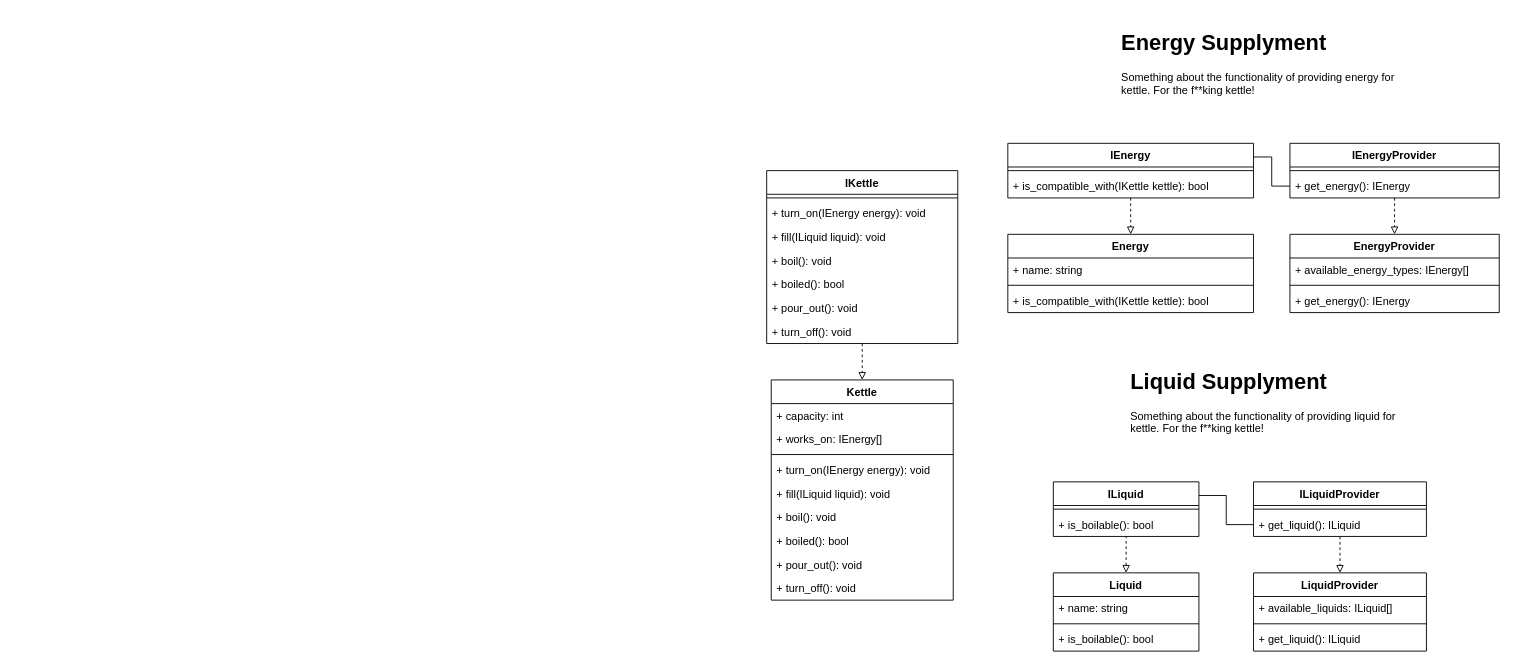
Earlier version of the draw.io diagram Kettle.drawio (xmichael446/Diagrams). Source tidied: cells renumbered, new cells numbered last; positions are measured from the earlier drawing's top-left corner, leaving out a move shared by most shapes. Both pictures are drawn from the tidied source at 91%, with x=0, y=0 at pixel (766, 25).
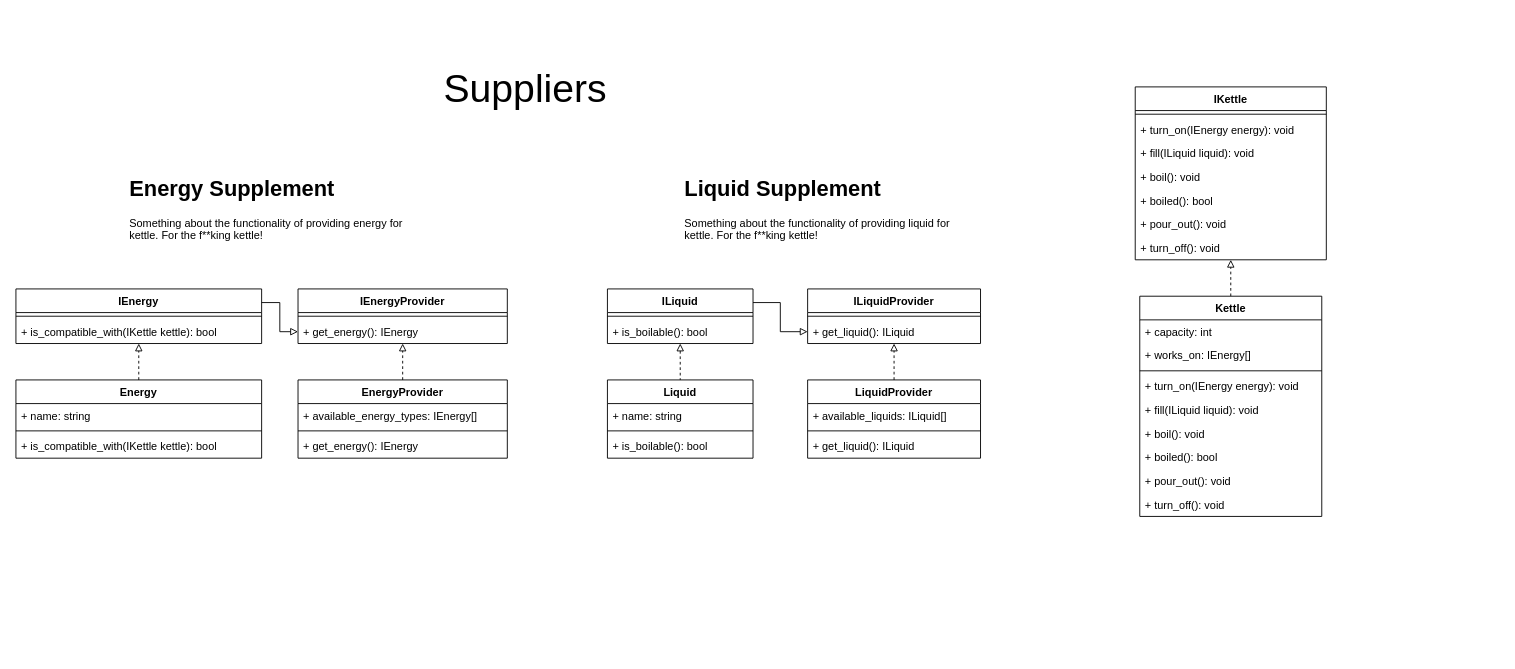
Above is the later version.

The change refers to these unchanged cells:
```xml
<mxCell id="5" value="IEnergy" style="swimlane;fontStyle=1;align=center;verticalAlign=top;horizontal=1;startSize=26;" parent="2" vertex="1">
  <mxGeometry y="130" width="270" height="60" as="geometry" />
</mxCell>
<mxCell id="9" value="IEnergyProvider" style="swimlane;fontStyle=1;align=center;verticalAlign=top;horizontal=1;startSize=26;" parent="2" vertex="1">
  <mxGeometry x="310" y="130" width="230" height="60" as="geometry" />
</mxCell>
<mxCell id="11" value="+ get_energy(): IEnergy" style="text;strokeColor=none;fillColor=none;align=left;verticalAlign=top;spacingLeft=4;spacingRight=4;overflow=hidden;points=[[0,0.5],[1,0.5]];portConstraint=eastwest;" parent="9" vertex="1">
  <mxGeometry y="34" width="230" height="26" as="geometry" />
</mxCell>
<mxCell id="13" value="Energy" style="swimlane;fontStyle=1;align=center;verticalAlign=top;horizontal=1;startSize=26;" parent="2" vertex="1">
  <mxGeometry y="230" width="270" height="86" as="geometry" />
</mxCell>
<mxCell id="17" value="EnergyProvider" style="swimlane;fontStyle=1;align=center;verticalAlign=top;horizontal=1;startSize=26;" parent="2" vertex="1">
  <mxGeometry x="310" y="230" width="230" height="86" as="geometry" />
</mxCell>
<mxCell id="22" value="ILiquid" style="swimlane;fontStyle=1;align=center;verticalAlign=top;horizontal=1;startSize=26;" parent="21" vertex="1">
  <mxGeometry y="130" width="160" height="60" as="geometry" />
</mxCell>
<mxCell id="27" value="ILiquidProvider" style="swimlane;fontStyle=1;align=center;verticalAlign=top;horizontal=1;startSize=26;" parent="21" vertex="1">
  <mxGeometry x="220" y="130" width="190" height="60" as="geometry" />
</mxCell>
<mxCell id="29" value="+ get_liquid(): ILiquid" style="text;strokeColor=none;fillColor=none;align=left;verticalAlign=top;spacingLeft=4;spacingRight=4;overflow=hidden;points=[[0,0.5],[1,0.5]];portConstraint=eastwest;" parent="27" vertex="1">
  <mxGeometry y="34" width="190" height="26" as="geometry" />
</mxCell>
<mxCell id="31" value="Liquid" style="swimlane;fontStyle=1;align=center;verticalAlign=top;horizontal=1;startSize=26;" parent="21" vertex="1">
  <mxGeometry y="230" width="160" height="86" as="geometry" />
</mxCell>
<mxCell id="35" value="LiquidProvider" style="swimlane;fontStyle=1;align=center;verticalAlign=top;horizontal=1;startSize=26;" parent="21" vertex="1">
  <mxGeometry x="220" y="230" width="190" height="86" as="geometry" />
</mxCell>
```

Change to the diagram source:
```diff
@@
     <mxCell id="2" style="group;" parent="1" vertex="1">
-      <mxGeometry x="265" width="540" height="316" as="geometry" />
+      <mxGeometry x="-825" y="160" width="540" height="316" as="geometry" />
     </mxCell>
-    <mxCell id="3" value="&lt;h1&gt;Energy Supplyment&lt;br&gt;&lt;/h1&gt;&lt;p&gt;Something about the functionality of providing energy for kettle. For the f**king kettle!&lt;br&gt;&lt;/p&gt;" style="text;html=1;strokeColor=none;fillColor=none;spacing=5;spacingTop=-20;whiteSpace=wrap;overflow=hidden;rounded=0;" parent="2" vertex="1">
+    <mxCell id="3" value="&lt;h1&gt;Energy Supplement&lt;br&gt;&lt;/h1&gt;&lt;p&gt;Something about the functionality of providing energy for kettle. For the f**king kettle!&lt;br&gt;&lt;/p&gt;" style="text;html=1;strokeColor=none;fillColor=none;spacing=5;spacingTop=-20;whiteSpace=wrap;overflow=hidden;rounded=0;" parent="2" vertex="1">
       <mxGeometry x="120" width="310" height="90" as="geometry" />
     </mxCell>
-    <mxCell id="4" style="edgeStyle=orthogonalEdgeStyle;rounded=0;jettySize=auto;html=1;dashed=1;startArrow=none;startFill=0;endArrow=block;endFill=0;" parent="2" edge="1" source="5" target="13">
+    <mxCell id="4" style="edgeStyle=orthogonalEdgeStyle;rounded=0;jettySize=auto;html=1;dashed=1;startArrow=none;startFill=0;endArrow=block;endFill=0;" parent="2" edge="1" source="13" target="5">
       <mxGeometry relative="1" as="geometry" />
     </mxCell>
@@
-    <mxCell id="8" style="edgeStyle=orthogonalEdgeStyle;rounded=0;jettySize=auto;html=1;dashed=1;startArrow=none;startFill=0;endArrow=block;endFill=0;" parent="2" edge="1" source="9" target="17">
+    <mxCell id="8" style="edgeStyle=orthogonalEdgeStyle;rounded=0;jettySize=auto;html=1;dashed=1;startArrow=none;startFill=0;endArrow=block;endFill=0;" parent="2" edge="1" source="17" target="9">
       <mxGeometry relative="1" as="geometry" />
     </mxCell>
@@
-    <mxCell id="12" style="edgeStyle=orthogonalEdgeStyle;rounded=0;jettySize=auto;html=1;entryX=1;entryY=0.25;entryDx=0;entryDy=0;startArrow=none;startFill=0;endArrow=none;endFill=0;" parent="2" edge="1" source="11" target="5">
+    <mxCell id="12" style="edgeStyle=orthogonalEdgeStyle;rounded=0;jettySize=auto;html=1;entryX=1;entryY=0.25;entryDx=0;entryDy=0;startArrow=block;startFill=0;endArrow=none;endFill=0;" parent="2" edge="1" source="11" target="5">
       <mxGeometry relative="1" as="geometry" />
     </mxCell>
@@
     <mxCell id="21" style="group;" parent="1" vertex="1">
-      <mxGeometry x="315" y="372" width="410" height="316" as="geometry" />
+      <mxGeometry x="-175" y="160" width="410" height="316" as="geometry" />
     </mxCell>
@@
-    <mxCell id="25" style="edgeStyle=orthogonalEdgeStyle;rounded=0;jettySize=auto;html=1;entryX=1;entryY=0.25;entryDx=0;entryDy=0;startArrow=none;startFill=0;endArrow=none;endFill=0;" parent="21" edge="1" source="29" target="22">
+    <mxCell id="25" style="edgeStyle=orthogonalEdgeStyle;rounded=0;jettySize=auto;html=1;entryX=1;entryY=0.25;entryDx=0;entryDy=0;startArrow=block;startFill=0;endArrow=none;endFill=0;" parent="21" edge="1" source="29" target="22">
       <mxGeometry relative="1" as="geometry" />
     </mxCell>
-    <mxCell id="26" style="edgeStyle=orthogonalEdgeStyle;rounded=0;jettySize=auto;html=1;startArrow=none;startFill=0;endArrow=block;endFill=0;dashed=1;" parent="21" edge="1" source="27" target="35">
+    <mxCell id="26" style="edgeStyle=orthogonalEdgeStyle;rounded=0;jettySize=auto;html=1;startArrow=none;startFill=0;endArrow=block;endFill=0;dashed=1;" parent="21" edge="1" source="35" target="27">
       <mxGeometry relative="1" as="geometry" />
     </mxCell>
@@
-    <mxCell id="30" style="edgeStyle=orthogonalEdgeStyle;rounded=0;jettySize=auto;html=1;startArrow=block;startFill=0;endArrow=none;endFill=0;dashed=1;" parent="21" edge="1" source="31" target="22">
+    <mxCell id="30" style="edgeStyle=orthogonalEdgeStyle;rounded=0;jettySize=auto;html=1;startArrow=block;startFill=0;endArrow=none;endFill=0;dashed=1;" parent="21" edge="1" source="22" target="31">
       <mxGeometry relative="1" as="geometry" />
     </mxCell>
@@
-    <mxCell id="39" value="&lt;h1&gt;Liquid Supplyment&lt;br&gt;&lt;/h1&gt;&lt;p&gt;Something about the functionality of providing liquid for kettle. For the f**king kettle!&lt;br&gt;&lt;/p&gt;" style="text;html=1;strokeColor=none;fillColor=none;spacing=5;spacingTop=-20;whiteSpace=wrap;overflow=hidden;rounded=0;" parent="21" vertex="1">
+    <mxCell id="39" value="&lt;h1&gt;Liquid Supplement&lt;br&gt;&lt;/h1&gt;&lt;p&gt;Something about the functionality of providing liquid for kettle. For the f**king kettle!&lt;br&gt;&lt;/p&gt;" style="text;html=1;strokeColor=none;fillColor=none;spacing=5;spacingTop=-20;whiteSpace=wrap;overflow=hidden;rounded=0;" parent="21" vertex="1">
       <mxGeometry x="80" width="310" height="90" as="geometry" />
     </mxCell>
-    <mxCell id="40" style="edgeStyle=orthogonalEdgeStyle;rounded=0;jettySize=auto;html=1;entryX=0.5;entryY=0;entryDx=0;entryDy=0;dashed=1;startArrow=none;startFill=0;endArrow=block;endFill=0;" parent="1" edge="1" source="41" target="49">
+    <mxCell id="40" style="edgeStyle=orthogonalEdgeStyle;rounded=0;jettySize=auto;html=1;dashed=1;startArrow=none;startFill=0;endArrow=block;endFill=0;exitX=0.5;exitY=0;exitDx=0;exitDy=0;" parent="1" edge="1" source="49" target="41">
       <mxGeometry relative="1" as="geometry" />
     </mxCell>
+    <mxCell id="59" value="Suppliers" style="text;html=1;strokeColor=none;fillColor=none;align=center;verticalAlign=middle;whiteSpace=wrap;rounded=0;fontSize=43;" parent="1" vertex="1">
+      <mxGeometry x="-425" y="40" width="320" height="60" as="geometry" />
+    </mxCell>
     <mxCell id="41" value="IKettle" style="swimlane;fontStyle=1;align=center;verticalAlign=top;horizontal=1;startSize=26;" parent="1" vertex="1">
-      <mxGeometry y="160" width="210" height="190" as="geometry" />
+      <mxGeometry x="405" y="68" width="210" height="190" as="geometry" />
     </mxCell>
@@
     <mxCell id="49" value="Kettle" style="swimlane;fontStyle=1;align=center;verticalAlign=top;horizontal=1;startSize=26;" parent="1" vertex="1">
-      <mxGeometry x="5" y="390" width="200" height="242" as="geometry" />
+      <mxGeometry x="410" y="298" width="200" height="242" as="geometry" />
     </mxCell>
```
